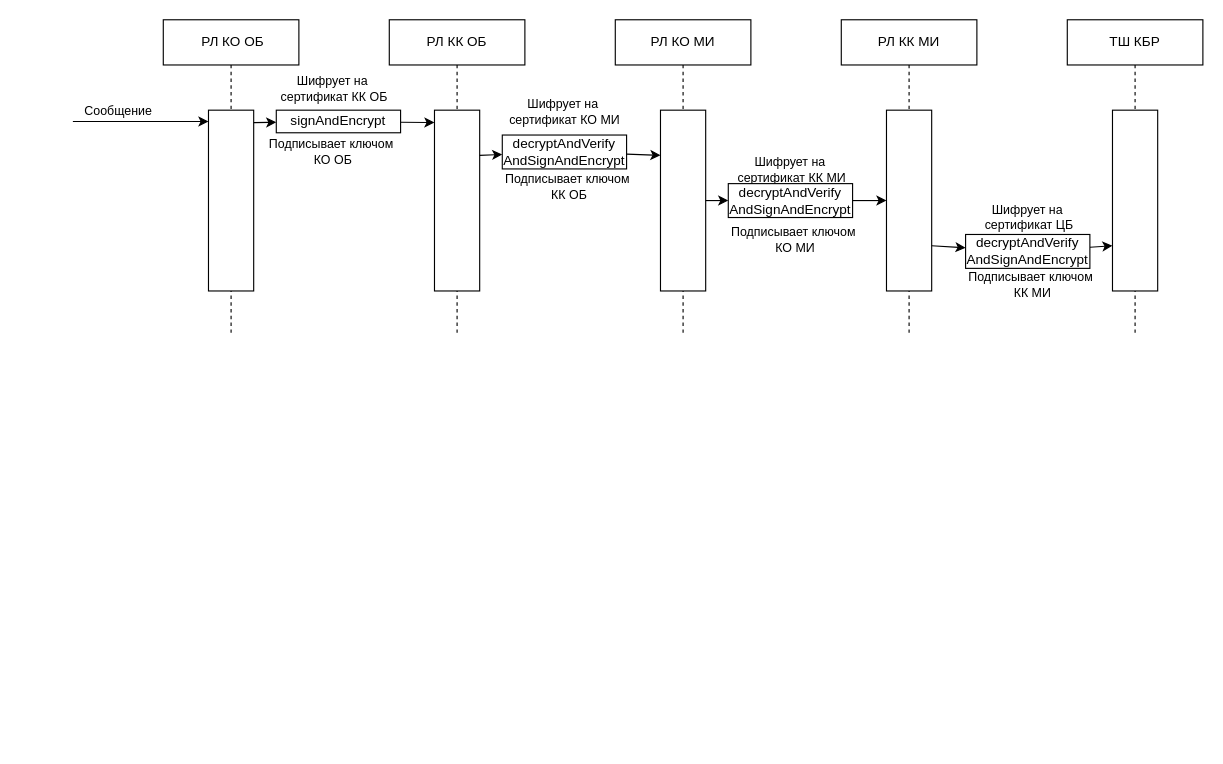
maxiko/ARC-016 keeps this draw.io diagram as Диаграмма без названия.drawio. Above is the earlier version. Source tidied: cells renumbered, new cells numbered last; positions are measured from the earlier drawing's top-left corner, leaving out a move shared by most shapes. Both pictures are drawn from the tidied source at 113%, with x=0, y=0 at pixel (72, 19).
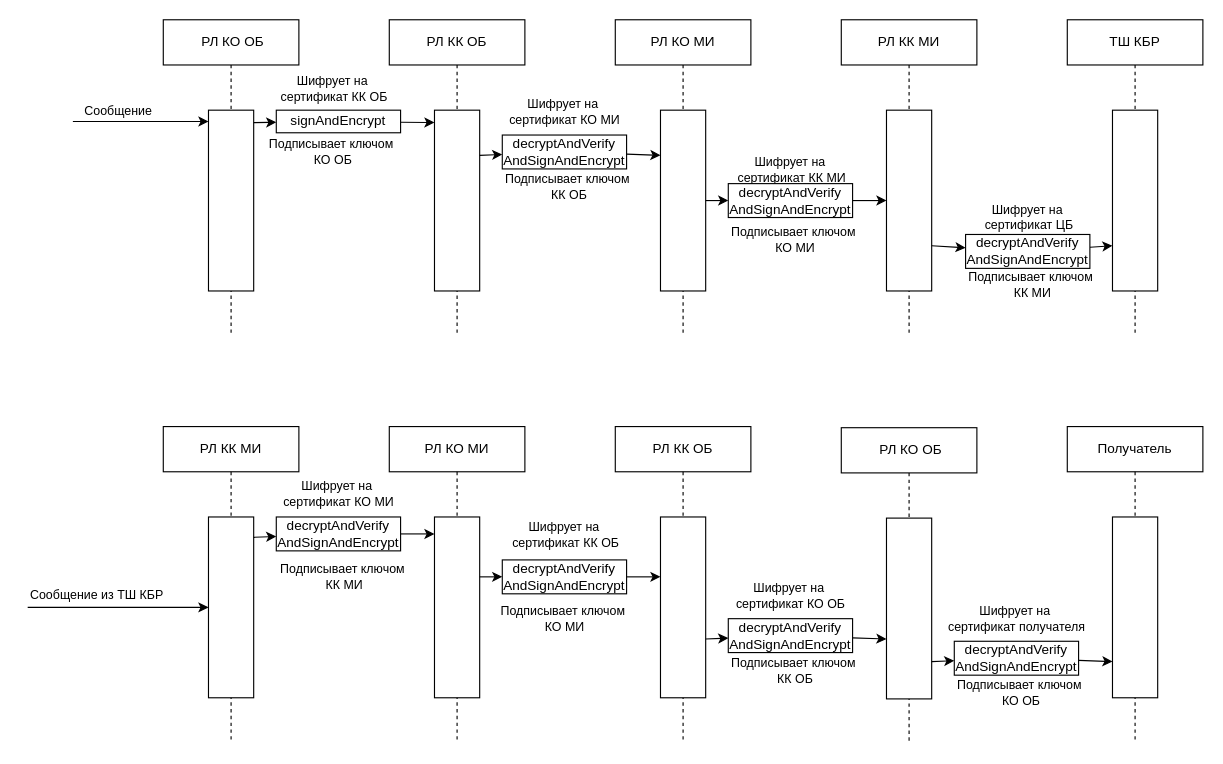
The same page after the edit.

What changed in the source:
```diff
@@
+    <mxCell id="34" value="РЛ КК МИ" style="shape=umlLifeline;perimeter=lifelinePerimeter;whiteSpace=wrap;html=1;newEdgeStyle={&quot;edgeStyle&quot;:&quot;elbowEdgeStyle&quot;,&quot;elbow&quot;:&quot;vertical&quot;,&quot;curved&quot;:0,&quot;rounded&quot;:0};" parent="1" vertex="1">
+      <mxGeometry x="80" y="360" width="120" height="280" as="geometry" />
+    </mxCell>
+    <mxCell id="35" style="html=1;perimeter=orthogonalPerimeter;targetShapes=umlLifeline;newEdgeStyle={&quot;edgeStyle&quot;:&quot;elbowEdgeStyle&quot;,&quot;elbow&quot;:&quot;vertical&quot;,&quot;curved&quot;:0,&quot;rounded&quot;:0};" parent="34" vertex="1">
+      <mxGeometry x="40" y="80" width="40" height="160" as="geometry" />
+    </mxCell>
+    <mxCell id="36" style="endArrow=classic;html=1;rounded=0;" parent="1" edge="1">
+      <mxGeometry relative="1" as="geometry">
+        <mxPoint x="-40" y="520" as="sourcePoint" />
+        <mxPoint x="120" y="520" as="targetPoint" />
+      </mxGeometry>
+    </mxCell>
+    <mxCell id="37" style="endArrow=classic;html=1;rounded=0;" parent="1" edge="1" source="40" target="43">
+      <mxGeometry relative="1" as="geometry" />
+    </mxCell>
+    <mxCell id="38" style="endArrow=classic;html=1;rounded=0;" parent="1" edge="1" target="40">
+      <mxGeometry relative="1" as="geometry">
+        <mxPoint x="160" y="458" as="sourcePoint" />
+      </mxGeometry>
+    </mxCell>
+    <mxCell id="39" value="Шифрует на&amp;nbsp;&lt;div&gt;сертификат КО МИ&lt;/div&gt;" style="edgeLabel;html=1;align=center;verticalAlign=middle;" parent="38" vertex="1">
+      <mxGeometry x="-0.05" y="2" relative="1" as="geometry">
+        <mxPoint x="65" y="-36" as="offset" />
+      </mxGeometry>
+    </mxCell>
+    <mxCell id="40" value="decryptAndVerify AndSignAndEncrypt" style="rounded=0;whiteSpace=wrap;html=1;" parent="1" vertex="1">
+      <mxGeometry x="180" y="440" width="110" height="30" as="geometry" />
+    </mxCell>
+    <mxCell id="41" value="Подписывает ключом&amp;nbsp;&lt;div&gt;КК МИ&lt;/div&gt;" style="edgeLabel;html=1;align=center;verticalAlign=middle;" parent="1" vertex="1">
+      <mxGeometry x="250" y="501" as="geometry">
+        <mxPoint x="-11" y="-9" as="offset" />
+      </mxGeometry>
+    </mxCell>
+    <mxCell id="42" value="РЛ КО МИ" style="shape=umlLifeline;perimeter=lifelinePerimeter;whiteSpace=wrap;html=1;newEdgeStyle={&quot;edgeStyle&quot;:&quot;elbowEdgeStyle&quot;,&quot;elbow&quot;:&quot;vertical&quot;,&quot;curved&quot;:0,&quot;rounded&quot;:0};" parent="1" vertex="1">
+      <mxGeometry x="280" y="360" width="120" height="280" as="geometry" />
+    </mxCell>
+    <mxCell id="43" style="html=1;points=[];perimeter=orthogonalPerimeter;outlineConnect=0;targetShapes=umlLifeline;portConstraint=eastwest;newEdgeStyle={&quot;edgeStyle&quot;:&quot;elbowEdgeStyle&quot;,&quot;elbow&quot;:&quot;vertical&quot;,&quot;curved&quot;:0,&quot;rounded&quot;:0};" parent="42" vertex="1">
+      <mxGeometry x="40" y="80" width="40" height="160" as="geometry" />
+    </mxCell>
+    <mxCell id="44" style="endArrow=classic;html=1;rounded=0;" parent="1" edge="1" target="46">
+      <mxGeometry relative="1" as="geometry">
+        <mxPoint x="360" y="493" as="sourcePoint" />
+      </mxGeometry>
+    </mxCell>
+    <mxCell id="45" value="Шифрует на&amp;nbsp;&lt;div&gt;сертификат КК ОБ&lt;/div&gt;" style="edgeLabel;html=1;align=center;verticalAlign=middle;" parent="44" vertex="1">
+      <mxGeometry x="-0.05" y="2" relative="1" as="geometry">
+        <mxPoint x="65" y="-36" as="offset" />
+      </mxGeometry>
+    </mxCell>
+    <mxCell id="46" value="decryptAndVerify AndSignAndEncrypt" style="rounded=0;whiteSpace=wrap;html=1;" parent="1" vertex="1">
+      <mxGeometry x="380" y="478" width="110" height="30" as="geometry" />
+    </mxCell>
+    <mxCell id="47" value="Подписывает ключом&amp;nbsp;&lt;div&gt;КО МИ&lt;/div&gt;" style="edgeLabel;html=1;align=center;verticalAlign=middle;" parent="1" vertex="1">
+      <mxGeometry x="440" y="540" as="geometry">
+        <mxPoint x="-6" y="-11" as="offset" />
+      </mxGeometry>
+    </mxCell>
+    <mxCell id="48" value="РЛ КК ОБ" style="shape=umlLifeline;perimeter=lifelinePerimeter;whiteSpace=wrap;html=1;newEdgeStyle={&quot;edgeStyle&quot;:&quot;elbowEdgeStyle&quot;,&quot;elbow&quot;:&quot;vertical&quot;,&quot;curved&quot;:0,&quot;rounded&quot;:0};" parent="1" vertex="1">
+      <mxGeometry x="480" y="360" width="120" height="280" as="geometry" />
+    </mxCell>
+    <mxCell id="49" style="html=1;points=[];perimeter=orthogonalPerimeter;outlineConnect=0;targetShapes=umlLifeline;portConstraint=eastwest;newEdgeStyle={&quot;edgeStyle&quot;:&quot;elbowEdgeStyle&quot;,&quot;elbow&quot;:&quot;vertical&quot;,&quot;curved&quot;:0,&quot;rounded&quot;:0};" parent="48" vertex="1">
+      <mxGeometry x="40" y="80" width="40" height="160" as="geometry" />
+    </mxCell>
+    <mxCell id="50" style="endArrow=classic;html=1;rounded=0;exitX=1;exitY=0.5;exitDx=0;exitDy=0;" parent="1" edge="1" source="46" target="49">
+      <mxGeometry relative="1" as="geometry" />
+    </mxCell>
+    <mxCell id="51" style="endArrow=classic;html=1;rounded=0;" parent="1" edge="1" source="54">
+      <mxGeometry relative="1" as="geometry">
+        <mxPoint x="720" y="548" as="targetPoint" />
+      </mxGeometry>
+    </mxCell>
+    <mxCell id="52" style="endArrow=classic;html=1;rounded=0;" parent="1" edge="1" target="54">
+      <mxGeometry relative="1" as="geometry">
+        <mxPoint x="560" y="548" as="sourcePoint" />
+      </mxGeometry>
+    </mxCell>
+    <mxCell id="53" value="Шифрует на&amp;nbsp;&lt;div&gt;сертификат КО ОБ&lt;/div&gt;" style="edgeLabel;html=1;align=center;verticalAlign=middle;" parent="52" vertex="1">
+      <mxGeometry x="-0.05" y="2" relative="1" as="geometry">
+        <mxPoint x="65" y="-36" as="offset" />
+      </mxGeometry>
+    </mxCell>
+    <mxCell id="54" value="decryptAndVerify AndSignAndEncrypt" style="rounded=0;whiteSpace=wrap;html=1;" parent="1" vertex="1">
+      <mxGeometry x="580" y="530" width="110" height="30" as="geometry" />
+    </mxCell>
+    <mxCell id="55" value="Подписывает ключом&amp;nbsp;&lt;div&gt;КК ОБ&lt;/div&gt;" style="edgeLabel;html=1;align=center;verticalAlign=middle;" parent="1" vertex="1">
+      <mxGeometry x="650" y="591" as="geometry">
+        <mxPoint x="-12" y="-16" as="offset" />
+      </mxGeometry>
+    </mxCell>
+    <mxCell id="56" value="&amp;nbsp;РЛ КО ОБ" style="shape=umlLifeline;perimeter=lifelinePerimeter;whiteSpace=wrap;html=1;newEdgeStyle={&quot;edgeStyle&quot;:&quot;elbowEdgeStyle&quot;,&quot;elbow&quot;:&quot;vertical&quot;,&quot;curved&quot;:0,&quot;rounded&quot;:0};" parent="1" vertex="1">
+      <mxGeometry x="680" y="361" width="120" height="280" as="geometry" />
+    </mxCell>
+    <mxCell id="57" style="html=1;perimeter=orthogonalPerimeter;targetShapes=umlLifeline;newEdgeStyle={&quot;edgeStyle&quot;:&quot;elbowEdgeStyle&quot;,&quot;elbow&quot;:&quot;vertical&quot;,&quot;curved&quot;:0,&quot;rounded&quot;:0};" parent="56" vertex="1">
+      <mxGeometry x="40" y="80" width="40" height="160" as="geometry" />
+    </mxCell>
+    <mxCell id="58" style="endArrow=classic;html=1;rounded=0;" parent="1" edge="1" source="61">
+      <mxGeometry relative="1" as="geometry">
+        <mxPoint x="920" y="568" as="targetPoint" />
+      </mxGeometry>
+    </mxCell>
+    <mxCell id="59" style="endArrow=classic;html=1;rounded=0;" parent="1" edge="1" target="61">
+      <mxGeometry relative="1" as="geometry">
+        <mxPoint x="760" y="568" as="sourcePoint" />
+      </mxGeometry>
+    </mxCell>
+    <mxCell id="60" value="Шифрует на&amp;nbsp;&lt;div&gt;сертификат получателя&lt;/div&gt;" style="edgeLabel;html=1;align=center;verticalAlign=middle;" parent="59" vertex="1">
+      <mxGeometry x="-0.05" y="2" relative="1" as="geometry">
+        <mxPoint x="65" y="-36" as="offset" />
+      </mxGeometry>
+    </mxCell>
+    <mxCell id="61" value="decryptAndVerify AndSignAndEncrypt" style="rounded=0;whiteSpace=wrap;html=1;" parent="1" vertex="1">
+      <mxGeometry x="780" y="550" width="110" height="30" as="geometry" />
+    </mxCell>
+    <mxCell id="62" value="Подписывает ключом&amp;nbsp;&lt;div&gt;КО ОБ&lt;/div&gt;" style="edgeLabel;html=1;align=center;verticalAlign=middle;" parent="1" vertex="1">
+      <mxGeometry x="850" y="611" as="geometry">
+        <mxPoint x="-12" y="-16" as="offset" />
+      </mxGeometry>
+    </mxCell>
+    <mxCell id="63" value="Сообщение из ТШ КБР" style="edgeLabel;html=1;align=center;verticalAlign=middle;" parent="1" vertex="1">
+      <mxGeometry x="20" y="508" as="geometry" />
+    </mxCell>
+    <mxCell id="64" value="Получатель" style="shape=umlLifeline;perimeter=lifelinePerimeter;whiteSpace=wrap;html=1;newEdgeStyle={&quot;edgeStyle&quot;:&quot;elbowEdgeStyle&quot;,&quot;elbow&quot;:&quot;vertical&quot;,&quot;curved&quot;:0,&quot;rounded&quot;:0};" parent="1" vertex="1">
+      <mxGeometry x="880" y="360" width="120" height="280" as="geometry" />
+    </mxCell>
+    <mxCell id="65" style="html=1;perimeter=orthogonalPerimeter;targetShapes=umlLifeline;newEdgeStyle={&quot;edgeStyle&quot;:&quot;elbowEdgeStyle&quot;,&quot;elbow&quot;:&quot;vertical&quot;,&quot;curved&quot;:0,&quot;rounded&quot;:0};" parent="64" vertex="1">
+      <mxGeometry x="40" y="80" width="40" height="160" as="geometry" />
+    </mxCell>
```
